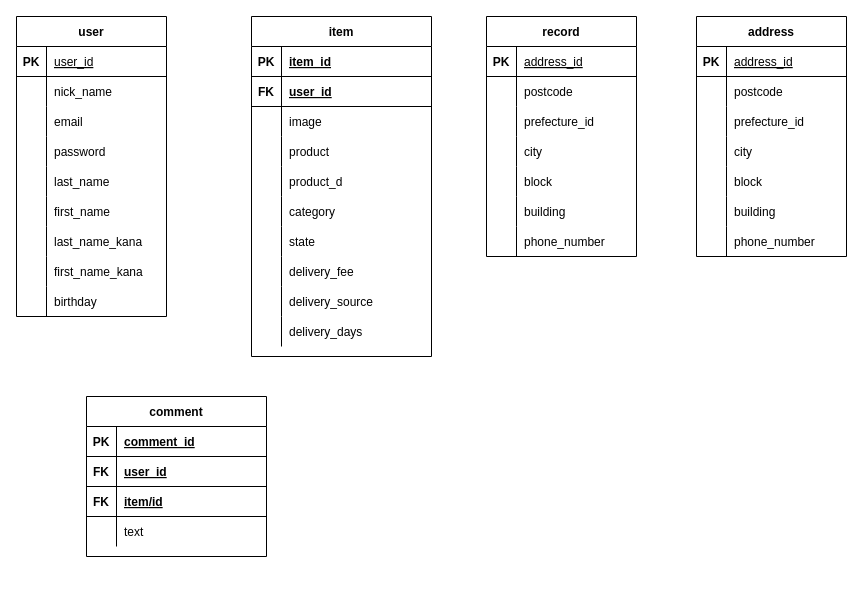
Earlier version of the draw.io diagram furima.dio (e-yamamoto0032/furima-32870). Source tidied: cells renumbered, new cells numbered last; positions are measured from the earlier drawing's top-left corner, leaving out a move shared by most shapes. Both pictures are drawn from the tidied source at 100%, with x=0, y=0 at pixel (16, 16).
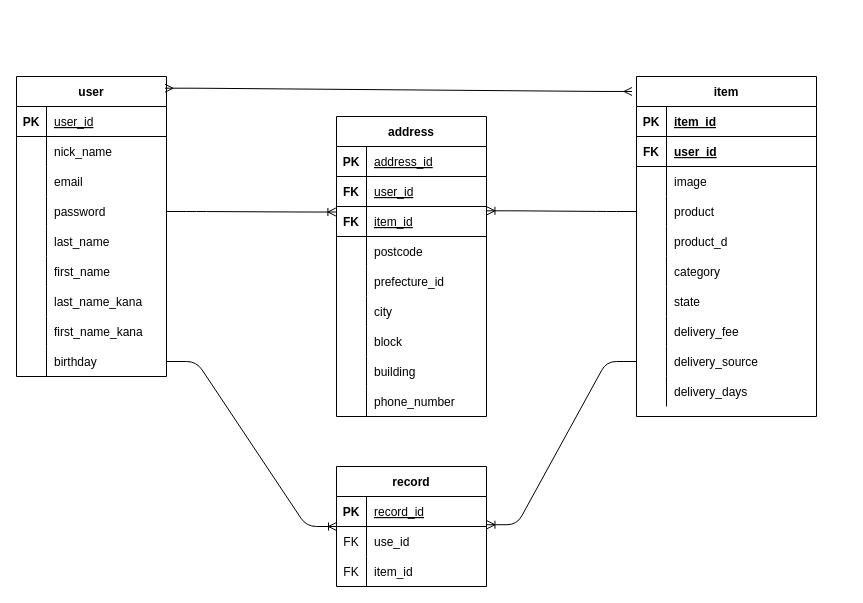
After the change.

Unchanged cells that the change refers to:
```xml
<mxCell id="12" style="shape=partialRectangle;fillColor=none;top=0;left=0;bottom=0;right=0;points=[[0,0.5],[1,0.5]];portConstraint=eastwest;" parent="2" vertex="1">
  <mxGeometry y="120" width="150" height="30" as="geometry" />
</mxCell>
<mxCell id="27" style="shape=partialRectangle;fillColor=none;top=0;left=0;bottom=0;right=0;points=[[0,0.5],[1,0.5]];portConstraint=eastwest;" parent="2" vertex="1">
  <mxGeometry y="270" width="150" height="30" as="geometry" />
</mxCell>
<mxCell id="40" style="shape=partialRectangle;fillColor=none;top=0;left=0;bottom=0;right=0;points=[[0,0.5],[1,0.5]];portConstraint=eastwest;" parent="30" vertex="1">
  <mxGeometry y="120" width="180" height="30" as="geometry" />
</mxCell>
<mxCell id="55" style="shape=partialRectangle;fillColor=none;top=0;left=0;bottom=0;right=0;points=[[0,0.5],[1,0.5]];portConstraint=eastwest;" parent="30" vertex="1">
  <mxGeometry y="270" width="180" height="30" as="geometry" />
</mxCell>
<mxCell id="97" style="shape=partialRectangle;fillColor=none;top=0;left=0;bottom=1;right=0;" parent="96" vertex="1">
  <mxGeometry y="30" width="150" height="30" as="geometry" />
</mxCell>
<mxCell id="100" style="shape=partialRectangle;fillColor=none;top=0;left=0;bottom=0;right=0;points=[[0,0.5],[1,0.5]];portConstraint=eastwest;" parent="96" vertex="1">
  <mxGeometry y="60" width="150" height="30" as="geometry" />
</mxCell>
<mxCell id="103" style="shape=partialRectangle;fillColor=none;top=0;left=0;bottom=0;right=0;" parent="96" vertex="1">
  <mxGeometry y="90" width="150" height="30" as="geometry" />
</mxCell>
```

The edit, as a diff of the source:
```diff
@@
     <mxCell id="2" value="user" style="shape=table;startSize=30;childLayout=tableLayout;rowLines=0;fontStyle=1;align=center;" parent="1" vertex="1">
-      <mxGeometry width="150" height="300" as="geometry" />
+      <mxGeometry y="60" width="150" height="300" as="geometry" />
     </mxCell>
@@
     <mxCell id="30" value="item" style="shape=table;startSize=30;childLayout=tableLayout;rowLines=0;fontStyle=1;align=center;" parent="1" vertex="1">
-      <mxGeometry x="235" width="180" height="340" as="geometry" />
+      <mxGeometry x="620" y="60" width="180" height="340" as="geometry" />
     </mxCell>
@@
-    <mxCell id="61" value="comment" style="shape=table;startSize=30;childLayout=tableLayout;rowLines=0;fontStyle=1;align=center;" parent="1" vertex="1">
-      <mxGeometry x="70" y="380" width="180" height="160" as="geometry" />
-    </mxCell>
-    <mxCell id="62" style="shape=partialRectangle;fillColor=none;top=0;left=0;bottom=1;right=0;" parent="61" vertex="1">
-      <mxGeometry y="30" width="180" height="30" as="geometry" />
-    </mxCell>
-    <mxCell id="63" value="PK" style="shape=partialRectangle;fillColor=none;top=0;left=0;bottom=0;right=0;fontStyle=1;overflow=hidden;" parent="62" vertex="1">
-      <mxGeometry width="30" height="30" as="geometry" />
-    </mxCell>
-    <mxCell id="64" value="comment_id" style="shape=partialRectangle;fillColor=none;top=0;left=0;bottom=0;right=0;align=left;spacingLeft=6;fontStyle=5;overflow=hidden;" parent="62" vertex="1">
-      <mxGeometry x="30" width="150" height="30" as="geometry" />
-    </mxCell>
-    <mxCell id="65" style="shape=partialRectangle;fillColor=none;top=0;left=0;bottom=1;right=0;" parent="61" vertex="1">
-      <mxGeometry y="60" width="180" height="30" as="geometry" />
-    </mxCell>
-    <mxCell id="66" value="FK" style="shape=partialRectangle;fillColor=none;top=0;left=0;bottom=0;right=0;fontStyle=1;overflow=hidden;" parent="65" vertex="1">
-      <mxGeometry width="30" height="30" as="geometry" />
-    </mxCell>
-    <mxCell id="67" value="user_id" style="shape=partialRectangle;fillColor=none;top=0;left=0;bottom=0;right=0;align=left;spacingLeft=6;fontStyle=5;overflow=hidden;" parent="65" vertex="1">
-      <mxGeometry x="30" width="150" height="30" as="geometry" />
-    </mxCell>
-    <mxCell id="68" style="shape=partialRectangle;fillColor=none;top=0;left=0;bottom=1;right=0;" parent="61" vertex="1">
-      <mxGeometry y="90" width="180" height="30" as="geometry" />
-    </mxCell>
-    <mxCell id="69" value="FK" style="shape=partialRectangle;fillColor=none;top=0;left=0;bottom=0;right=0;fontStyle=1;overflow=hidden;" parent="68" vertex="1">
-      <mxGeometry width="30" height="30" as="geometry" />
-    </mxCell>
-    <mxCell id="70" value="item/id" style="shape=partialRectangle;fillColor=none;top=0;left=0;bottom=0;right=0;align=left;spacingLeft=6;fontStyle=5;overflow=hidden;" parent="68" vertex="1">
-      <mxGeometry x="30" width="150" height="30" as="geometry" />
-    </mxCell>
-    <mxCell id="71" style="shape=partialRectangle;fillColor=none;top=0;left=0;bottom=0;right=0;" parent="61" vertex="1">
-      <mxGeometry y="120" width="180" height="30" as="geometry" />
-    </mxCell>
-    <mxCell id="72" style="shape=partialRectangle;fillColor=none;top=0;left=0;bottom=0;right=0;overflow=hidden;" parent="71" vertex="1">
-      <mxGeometry width="30" height="30" as="geometry" />
-    </mxCell>
-    <mxCell id="73" value="text" style="shape=partialRectangle;fillColor=none;top=0;left=0;bottom=0;right=0;align=left;spacingLeft=6;overflow=hidden;" parent="71" vertex="1">
-      <mxGeometry x="30" width="150" height="30" as="geometry" />
-    </mxCell>
     <mxCell id="74" value="address" style="shape=table;startSize=30;childLayout=tableLayout;rowLines=0;fontStyle=1;align=center;" parent="1" vertex="1">
-      <mxGeometry x="680" width="150" height="240" as="geometry" />
+      <mxGeometry x="320" y="100" width="150" height="300" as="geometry" />
     </mxCell>
@@
+    <mxCell id="118" style="shape=partialRectangle;fillColor=none;top=0;left=0;bottom=1;right=0;" parent="74" vertex="1">
+      <mxGeometry y="60" width="150" height="30" as="geometry" />
+    </mxCell>
+    <mxCell id="119" value="FK" style="shape=partialRectangle;fillColor=none;top=0;left=0;bottom=0;right=0;fontStyle=1;overflow=hidden;" parent="118" vertex="1">
+      <mxGeometry width="30" height="30" as="geometry" />
+    </mxCell>
+    <mxCell id="67" value="user_id" style="shape=partialRectangle;fillColor=none;top=0;left=0;bottom=0;right=0;align=left;spacingLeft=6;fontStyle=4;overflow=hidden;" parent="118" vertex="1">
+      <mxGeometry x="30" width="120" height="30" as="geometry" />
+    </mxCell>
+    <mxCell id="120" style="shape=partialRectangle;fillColor=none;top=0;left=0;bottom=1;right=0;points=[[0,0.5],[1,0.5]];portConstraint=eastwest;" parent="74" vertex="1">
+      <mxGeometry y="90" width="150" height="30" as="geometry" />
+    </mxCell>
+    <mxCell id="121" value="FK" style="shape=partialRectangle;fillColor=none;top=0;left=0;bottom=0;right=0;fontStyle=1;overflow=hidden;" parent="120" vertex="1">
+      <mxGeometry width="30" height="30" as="geometry" />
+    </mxCell>
+    <mxCell id="122" value="item_id" style="shape=partialRectangle;fillColor=none;top=0;left=0;bottom=0;right=0;align=left;spacingLeft=6;fontStyle=4;overflow=hidden;" parent="120" vertex="1">
+      <mxGeometry x="30" width="120" height="30" as="geometry" />
+    </mxCell>
     <mxCell id="78" style="shape=partialRectangle;fillColor=none;top=0;left=0;bottom=0;right=0;" parent="74" vertex="1">
-      <mxGeometry y="60" width="150" height="30" as="geometry" />
+      <mxGeometry y="120" width="150" height="30" as="geometry" />
     </mxCell>
@@
     <mxCell id="81" style="shape=partialRectangle;fillColor=none;top=0;left=0;bottom=0;right=0;" parent="74" vertex="1">
-      <mxGeometry y="90" width="150" height="30" as="geometry" />
+      <mxGeometry y="150" width="150" height="30" as="geometry" />
     </mxCell>
@@
     <mxCell id="84" style="shape=partialRectangle;fillColor=none;top=0;left=0;bottom=0;right=0;" parent="74" vertex="1">
-      <mxGeometry y="120" width="150" height="30" as="geometry" />
+      <mxGeometry y="180" width="150" height="30" as="geometry" />
     </mxCell>
@@
     <mxCell id="87" style="shape=partialRectangle;fillColor=none;top=0;left=0;bottom=0;right=0;" parent="74" vertex="1">
-      <mxGeometry y="150" width="150" height="30" as="geometry" />
+      <mxGeometry y="210" width="150" height="30" as="geometry" />
     </mxCell>
@@
     <mxCell id="90" style="shape=partialRectangle;fillColor=none;top=0;left=0;bottom=0;right=0;" parent="74" vertex="1">
-      <mxGeometry y="180" width="150" height="30" as="geometry" />
+      <mxGeometry y="240" width="150" height="30" as="geometry" />
     </mxCell>
@@
     <mxCell id="93" style="shape=partialRectangle;fillColor=none;top=0;left=0;bottom=0;right=0;" parent="74" vertex="1">
-      <mxGeometry y="210" width="150" height="30" as="geometry" />
+      <mxGeometry y="270" width="150" height="30" as="geometry" />
     </mxCell>
@@
     <mxCell id="96" value="record" style="shape=table;startSize=30;childLayout=tableLayout;rowLines=0;fontStyle=1;align=center;" parent="1" vertex="1">
-      <mxGeometry x="470" width="150" height="240" as="geometry" />
+      <mxGeometry x="320" y="450" width="150" height="120" as="geometry" />
     </mxCell>
@@
-    <mxCell id="99" value="address_id" style="shape=partialRectangle;fillColor=none;top=0;left=0;bottom=0;right=0;align=left;spacingLeft=6;fontStyle=4;overflow=hidden;" parent="97" vertex="1">
+    <mxCell id="99" value="record_id" style="shape=partialRectangle;fillColor=none;top=0;left=0;bottom=0;right=0;align=left;spacingLeft=6;fontStyle=4;overflow=hidden;" parent="97" vertex="1">
       <mxGeometry x="30" width="120" height="30" as="geometry" />
     </mxCell>
@@
-    <mxCell id="101" style="shape=partialRectangle;fillColor=none;top=0;left=0;bottom=0;right=0;overflow=hidden;" parent="100" vertex="1">
+    <mxCell id="101" value="FK" style="shape=partialRectangle;fillColor=none;top=0;left=0;bottom=0;right=0;overflow=hidden;" parent="100" vertex="1">
       <mxGeometry width="30" height="30" as="geometry" />
     </mxCell>
-    <mxCell id="102" value="postcode" style="shape=partialRectangle;fillColor=none;top=0;left=0;bottom=0;right=0;align=left;spacingLeft=6;overflow=hidden;" parent="100" vertex="1">
+    <mxCell id="102" value="use_id" style="shape=partialRectangle;fillColor=none;top=0;left=0;bottom=0;right=0;align=left;spacingLeft=6;overflow=hidden;" parent="100" vertex="1">
       <mxGeometry x="30" width="120" height="30" as="geometry" />
     </mxCell>
@@
-    <mxCell id="104" style="shape=partialRectangle;fillColor=none;top=0;left=0;bottom=0;right=0;overflow=hidden;" parent="103" vertex="1">
+    <mxCell id="104" value="FK" style="shape=partialRectangle;fillColor=none;top=0;left=0;bottom=0;right=0;overflow=hidden;" parent="103" vertex="1">
       <mxGeometry width="30" height="30" as="geometry" />
     </mxCell>
-    <mxCell id="105" value="prefecture_id" style="shape=partialRectangle;fillColor=none;top=0;left=0;bottom=0;right=0;align=left;spacingLeft=6;overflow=hidden;" parent="103" vertex="1">
+    <mxCell id="105" value="item_id" style="shape=partialRectangle;fillColor=none;top=0;left=0;bottom=0;right=0;align=left;spacingLeft=6;overflow=hidden;" parent="103" vertex="1">
       <mxGeometry x="30" width="120" height="30" as="geometry" />
     </mxCell>
-    <mxCell id="106" style="shape=partialRectangle;fillColor=none;top=0;left=0;bottom=0;right=0;" parent="96" vertex="1">
-      <mxGeometry y="120" width="150" height="30" as="geometry" />
-    </mxCell>
-    <mxCell id="107" style="shape=partialRectangle;fillColor=none;top=0;left=0;bottom=0;right=0;overflow=hidden;" parent="106" vertex="1">
-      <mxGeometry width="30" height="30" as="geometry" />
-    </mxCell>
-    <mxCell id="108" value="city" style="shape=partialRectangle;fillColor=none;top=0;left=0;bottom=0;right=0;align=left;spacingLeft=6;overflow=hidden;" parent="106" vertex="1">
-      <mxGeometry x="30" width="120" height="30" as="geometry" />
-    </mxCell>
-    <mxCell id="109" style="shape=partialRectangle;fillColor=none;top=0;left=0;bottom=0;right=0;" parent="96" vertex="1">
-      <mxGeometry y="150" width="150" height="30" as="geometry" />
-    </mxCell>
-    <mxCell id="110" style="shape=partialRectangle;fillColor=none;top=0;left=0;bottom=0;right=0;overflow=hidden;" parent="109" vertex="1">
-      <mxGeometry width="30" height="30" as="geometry" />
-    </mxCell>
-    <mxCell id="111" value="block" style="shape=partialRectangle;fillColor=none;top=0;left=0;bottom=0;right=0;align=left;spacingLeft=6;overflow=hidden;" parent="109" vertex="1">
-      <mxGeometry x="30" width="120" height="30" as="geometry" />
-    </mxCell>
-    <mxCell id="112" style="shape=partialRectangle;fillColor=none;top=0;left=0;bottom=0;right=0;" parent="96" vertex="1">
-      <mxGeometry y="180" width="150" height="30" as="geometry" />
-    </mxCell>
-    <mxCell id="113" style="shape=partialRectangle;fillColor=none;top=0;left=0;bottom=0;right=0;overflow=hidden;" parent="112" vertex="1">
-      <mxGeometry width="30" height="30" as="geometry" />
-    </mxCell>
-    <mxCell id="114" value="building" style="shape=partialRectangle;fillColor=none;top=0;left=0;bottom=0;right=0;align=left;spacingLeft=6;overflow=hidden;" parent="112" vertex="1">
-      <mxGeometry x="30" width="120" height="30" as="geometry" />
-    </mxCell>
-    <mxCell id="115" style="shape=partialRectangle;fillColor=none;top=0;left=0;bottom=0;right=0;" parent="96" vertex="1">
-      <mxGeometry y="210" width="150" height="30" as="geometry" />
-    </mxCell>
-    <mxCell id="116" style="shape=partialRectangle;fillColor=none;top=0;left=0;bottom=0;right=0;overflow=hidden;" parent="115" vertex="1">
-      <mxGeometry width="30" height="30" as="geometry" />
-    </mxCell>
-    <mxCell id="117" value="phone_number" style="shape=partialRectangle;fillColor=none;top=0;left=0;bottom=0;right=0;align=left;spacingLeft=6;overflow=hidden;" parent="115" vertex="1">
-      <mxGeometry x="30" width="120" height="30" as="geometry" />
-    </mxCell>
+    <mxCell id="123" style="edgeStyle=entityRelationEdgeStyle;fontSize=12;html=1;endArrow=ERoneToMany;exitX=1;exitY=0.5;exitDx=0;exitDy=0;entryX=-0.004;entryY=0.184;entryDx=0;entryDy=0;entryPerimeter=0;" parent="1" edge="1" source="12" target="120">
+      <mxGeometry relative="1" as="geometry" />
+    </mxCell>
+    <mxCell id="124" style="edgeStyle=entityRelationEdgeStyle;fontSize=12;html=1;endArrow=ERoneToMany;exitX=0;exitY=0.5;exitDx=0;exitDy=0;entryX=1.003;entryY=0.144;entryDx=0;entryDy=0;entryPerimeter=0;" parent="1" edge="1" source="40" target="120">
+      <mxGeometry relative="1" as="geometry" />
+    </mxCell>
+    <mxCell id="125" style="edgeStyle=entityRelationEdgeStyle;fontSize=12;html=1;endArrow=ERoneToMany;exitX=1;exitY=0.5;exitDx=0;exitDy=0;" parent="1" edge="1" source="27" target="96">
+      <mxGeometry relative="1" as="geometry" />
+    </mxCell>
+    <mxCell id="126" style="edgeStyle=entityRelationEdgeStyle;fontSize=12;html=1;endArrow=ERoneToMany;exitX=0;exitY=0.5;exitDx=0;exitDy=0;entryX=1.003;entryY=-0.059;entryDx=0;entryDy=0;entryPerimeter=0;" parent="1" edge="1" source="55" target="100">
+      <mxGeometry relative="1" as="geometry" />
+    </mxCell>
+    <mxCell id="127" style="edgeStyle=entityRelationEdgeStyle;fontSize=12;html=1;endArrow=ERmany;startArrow=ERmany;exitX=0.99;exitY=0.039;exitDx=0;exitDy=0;exitPerimeter=0;entryX=-0.025;entryY=0.044;entryDx=0;entryDy=0;entryPerimeter=0;" parent="1" edge="1" source="2" target="30">
+      <mxGeometry relative="1" as="geometry" />
+    </mxCell>
```
